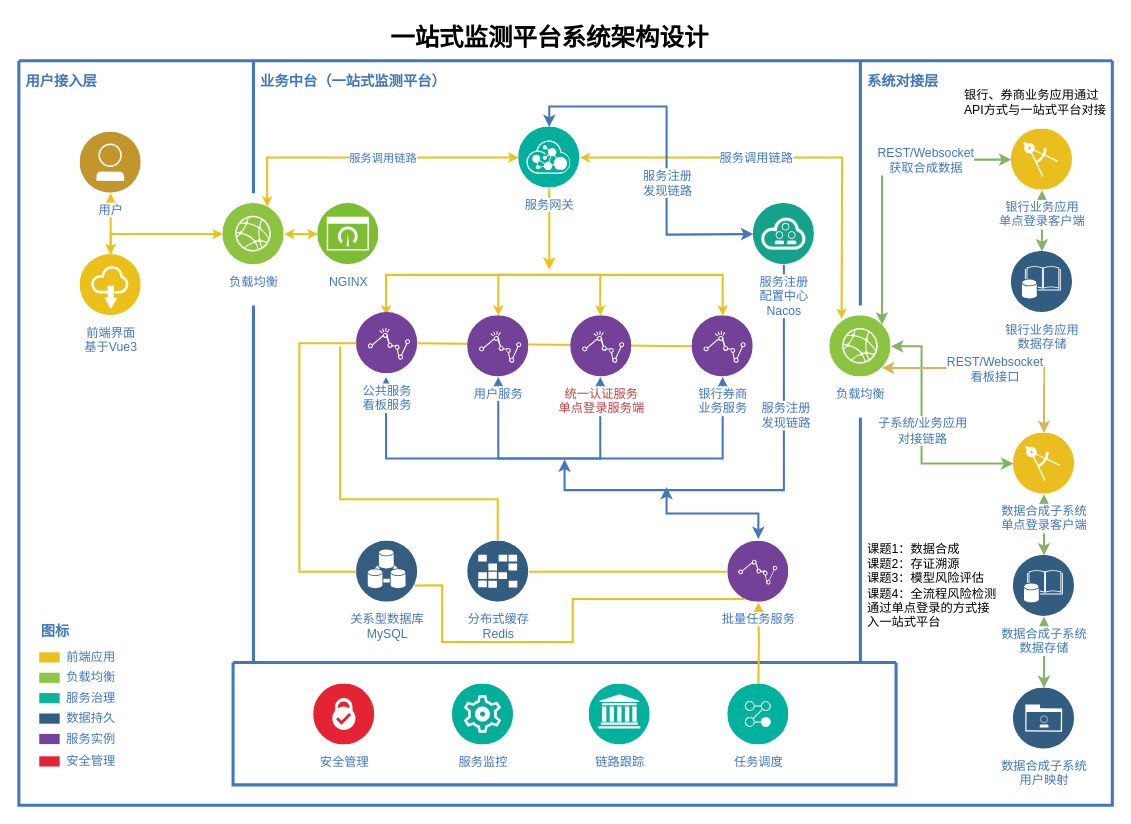
Earlier version of the draw.io diagram documents/一站式平台.drawio (F46886799/springboot-in-action). Source tidied: cells renumbered, new cells numbered last; positions are measured from the earlier drawing's top-left corner, leaving out a move shared by most shapes. Both pictures are drawn from the tidied source at 102%, with x=0, y=0 at pixel (18, 17).
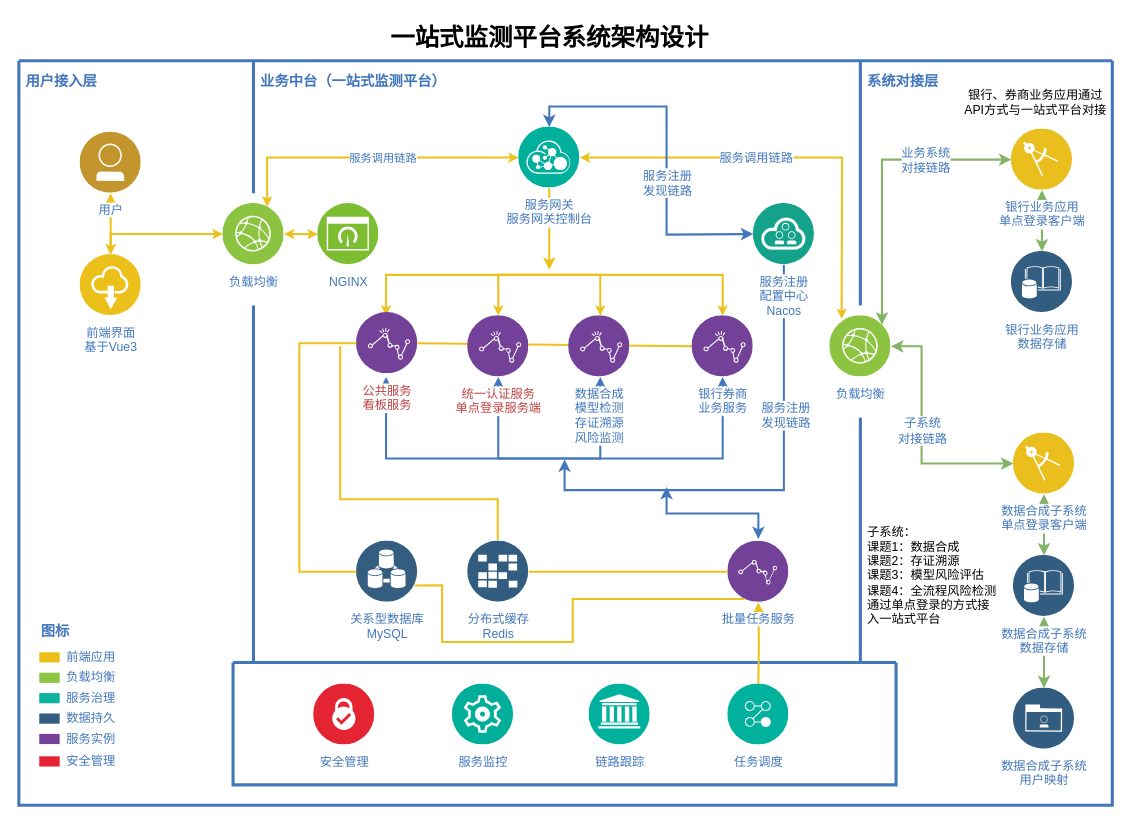
The same page after the edit.

Commit message:
更新一站式平台.drawio

The change refers to these unchanged cells:
```xml
<mxCell id="2" style="swimlane;shadow=0;strokeColor=#4277BB;fillColor=#ffffff;fontColor=none;align=right;startSize=0;noLabel=1;strokeWidth=3;" parent="1" vertex="1">
  <mxGeometry y="42" width="1072" height="730" as="geometry" />
</mxCell>
<mxCell id="23" style="edgeStyle=orthogonalEdgeStyle;rounded=0;jettySize=auto;html=1;startArrow=classic;startFill=1;exitX=0;exitY=0.5;exitDx=0;exitDy=0;fillColor=#d5e8d4;strokeColor=#82b366;strokeWidth=2;" parent="2" edge="1" source="25" target="55">
  <mxGeometry relative="1" as="geometry">
    <Array as="points">
      <mxPoint x="885" y="395" />
      <mxPoint x="885" y="280" />
    </Array>
  </mxGeometry>
</mxCell>
<mxCell id="25" value="数据合成子系统&lt;div&gt;单点登录客户端&lt;/div&gt;" style="perimeter=ellipsePerimeter;html=1;align=center;shadow=0;dashed=0;image;image=img/lib/ibm/applications/enterprise_applications.svg;strokeColor=#FF0000;fillColor=#FFFF66;gradientColor=none;fontColor=#4277BB;labelBackgroundColor=#ffffff;spacingTop=3;" parent="2" vertex="1">
  <mxGeometry x="975" y="365" width="60" height="60" as="geometry" />
</mxCell>
<mxCell id="55" value="负载均衡" style="perimeter=ellipsePerimeter;html=1;align=center;shadow=0;dashed=0;image;image=img/lib/ibm/infrastructure/edge_services.svg;strokeColor=#FF0000;fillColor=#FFFF66;gradientColor=none;fontColor=#4277BB;labelBackgroundColor=#ffffff;spacingTop=3;" parent="2" vertex="1">
  <mxGeometry x="795" y="250" width="60" height="60" as="geometry" />
</mxCell>
<mxCell id="57" style="edgeStyle=orthogonalEdgeStyle;rounded=0;jettySize=auto;html=1;entryX=1;entryY=0;entryDx=0;entryDy=0;startArrow=classic;startFill=1;fillColor=#d5e8d4;strokeColor=#82b366;strokeWidth=2;" parent="2" edge="1" source="59" target="55">
  <mxGeometry relative="1" as="geometry" />
</mxCell>
```

The edit, as a diff of the source:
```diff
@@
-    <mxCell id="18" value="服务网关" style="perimeter=ellipsePerimeter;html=1;align=center;shadow=0;dashed=0;image;image=img/lib/ibm/management/api_management.svg;strokeColor=#FF0000;fillColor=#FFFF66;gradientColor=none;fontColor=#4277BB;labelBackgroundColor=#ffffff;spacingTop=3;" parent="2" vertex="1">
+    <mxCell id="18" value="服务网关&lt;div&gt;服务网关控制台&lt;/div&gt;" style="perimeter=ellipsePerimeter;html=1;align=center;shadow=0;dashed=0;image;image=img/lib/ibm/management/api_management.svg;strokeColor=#FF0000;fillColor=#FFFF66;gradientColor=none;fontColor=#4277BB;labelBackgroundColor=#ffffff;spacingTop=3;" parent="2" vertex="1">
       <mxGeometry x="490" y="65" width="60" height="60" as="geometry" />
     </mxCell>
-    <mxCell id="19" value="用户服务" style="perimeter=ellipsePerimeter;html=1;align=center;shadow=0;dashed=0;image;image=img/lib/ibm/analytics/analytics.svg;strokeColor=#FF0000;fillColor=#FFFF66;gradientColor=none;fontColor=#4277BB;labelBackgroundColor=#ffffff;spacingTop=3;" parent="2" vertex="1">
+    <mxCell id="19" value="&lt;font color=&quot;#bd4242&quot;&gt;统一认证服务&lt;/font&gt;&lt;div&gt;&lt;font color=&quot;#bd4242&quot;&gt;单点登录服务端&lt;/font&gt;&lt;/div&gt;" style="perimeter=ellipsePerimeter;html=1;align=center;shadow=0;dashed=0;image;image=img/lib/ibm/analytics/analytics.svg;strokeColor=#FF0000;fillColor=#FFFF66;gradientColor=none;fontColor=#4277BB;labelBackgroundColor=#ffffff;spacingTop=3;" parent="2" vertex="1">
       <mxGeometry x="440" y="250" width="60" height="60" as="geometry" />
     </mxCell>
@@
-    <mxCell id="24" value="&lt;font style=&quot;font-size: 12px;&quot; color=&quot;#4277bb&quot;&gt;子系统/业务应用&lt;/font&gt;&lt;div style=&quot;font-size: 12px;&quot;&gt;&lt;font style=&quot;font-size: 12px;&quot; color=&quot;#4277bb&quot;&gt;对接链路&lt;/font&gt;&lt;/div&gt;" style="edgeLabel;html=1;align=center;verticalAlign=middle;" parent="23" vertex="1">
+    <mxCell id="24" value="&lt;font style=&quot;font-size: 12px;&quot; color=&quot;#4277bb&quot;&gt;子系统&lt;/font&gt;&lt;div style=&quot;font-size: 12px;&quot;&gt;&lt;font style=&quot;font-size: 12px;&quot; color=&quot;#4277bb&quot;&gt;对接链路&lt;/font&gt;&lt;/div&gt;" style="edgeLabel;html=1;align=center;verticalAlign=middle;" parent="23" vertex="1">
       <mxGeometry x="0.05" relative="1" as="geometry" />
     </mxCell>
@@
-    <mxCell id="54" value="&lt;font color=&quot;#bd4242&quot;&gt;统一认证服务&lt;/font&gt;&lt;div&gt;&lt;font color=&quot;#bd4242&quot;&gt;单点登录服务端&lt;/font&gt;&lt;/div&gt;" style="perimeter=ellipsePerimeter;html=1;align=center;shadow=0;dashed=0;image;image=img/lib/ibm/analytics/analytics.svg;strokeColor=#FF0000;fillColor=#FFFF66;gradientColor=none;fontColor=#4277BB;labelBackgroundColor=#ffffff;spacingTop=3;" parent="2" vertex="1">
-      <mxGeometry x="541" y="250" width="60" height="60" as="geometry" />
+    <mxCell id="54" value="数据合成&lt;div&gt;模型检测&lt;/div&gt;&lt;div&gt;存证溯源&lt;/div&gt;&lt;div&gt;风险监测&lt;/div&gt;" style="perimeter=ellipsePerimeter;html=1;align=center;shadow=0;dashed=0;image;image=img/lib/ibm/analytics/analytics.svg;strokeColor=#FF0000;fillColor=#FFFF66;gradientColor=none;fontColor=#4277BB;labelBackgroundColor=#ffffff;spacingTop=3;" parent="2" vertex="1">
+      <mxGeometry x="539" y="250" width="60" height="60" as="geometry" />
     </mxCell>
@@
-    <mxCell id="58" value="&lt;font style=&quot;font-size: 12px;&quot; color=&quot;#4277bb&quot;&gt;REST/Websocket&lt;/font&gt;&lt;div style=&quot;font-size: 12px;&quot;&gt;&lt;font style=&quot;font-size: 12px;&quot; color=&quot;#4277bb&quot;&gt;获取合成数据&lt;/font&gt;&lt;/div&gt;" style="edgeLabel;html=1;align=center;verticalAlign=middle;" parent="57" vertex="1">
+    <mxCell id="58" value="&lt;span style=&quot;color: rgb(66, 119, 187); font-size: 12px;&quot;&gt;业务系统&lt;/span&gt;&lt;div&gt;&lt;span style=&quot;color: rgb(66, 119, 187); font-size: 12px;&quot;&gt;对接链路&lt;/span&gt;&lt;/div&gt;" style="edgeLabel;html=1;align=center;verticalAlign=middle;" parent="57" vertex="1">
       <mxGeometry x="-0.41" relative="1" as="geometry" />
     </mxCell>
@@
-    <mxCell id="62" value="公共服务&lt;div&gt;看板服务&lt;/div&gt;" style="perimeter=ellipsePerimeter;html=1;align=center;shadow=0;dashed=0;image;image=img/lib/ibm/analytics/analytics.svg;strokeColor=#FF0000;fillColor=#FFFF66;gradientColor=none;fontColor=#4277BB;labelBackgroundColor=#ffffff;spacingTop=3;" parent="2" vertex="1">
+    <mxCell id="62" value="&lt;font color=&quot;#bd4242&quot;&gt;公共服务&lt;/font&gt;&lt;div&gt;&lt;font color=&quot;#bd4242&quot;&gt;看板服务&lt;/font&gt;&lt;/div&gt;" style="perimeter=ellipsePerimeter;html=1;align=center;shadow=0;dashed=0;image;image=img/lib/ibm/analytics/analytics.svg;strokeColor=#FF0000;fillColor=#FFFF66;gradientColor=none;fontColor=#4277BB;labelBackgroundColor=#ffffff;spacingTop=3;" parent="2" vertex="1">
       <mxGeometry x="331" y="247" width="60" height="60" as="geometry" />
     </mxCell>
@@
-    <mxCell id="70" value="银行、券商业务应用通过API方式与一站式平台对接" style="text;html=1;align=left;verticalAlign=middle;whiteSpace=wrap;rounded=0;" parent="2" vertex="1">
+    <mxCell id="70" value="银行、券商业务应用通过API方式与一站式平台对接" style="text;html=1;align=center;verticalAlign=middle;whiteSpace=wrap;rounded=0;" parent="2" vertex="1">
       <mxGeometry x="925" y="20" width="144" height="42" as="geometry" />
     </mxCell>
-    <mxCell id="71" value="课题1：数据合成&lt;div&gt;课题2：存证溯源&lt;/div&gt;&lt;div&gt;课题3：模型风险评估&lt;/div&gt;&lt;div&gt;课题4：全流程风险检测&lt;/div&gt;&lt;div&gt;通过单点登录的方式接入一站式平台&lt;/div&gt;" style="text;html=1;align=left;verticalAlign=middle;whiteSpace=wrap;rounded=0;" parent="2" vertex="1">
-      <mxGeometry x="830" y="466" width="133" height="98" as="geometry" />
+    <mxCell id="71" value="&lt;div&gt;子系统：&lt;/div&gt;课题1：数据合成&lt;div&gt;课题2：存证溯源&lt;/div&gt;&lt;div&gt;课题3：模型风险评估&lt;/div&gt;&lt;div&gt;课题4：全流程风险检测&lt;/div&gt;&lt;div&gt;通过单点登录的方式接入一站式平台&lt;/div&gt;" style="text;html=1;align=left;verticalAlign=middle;whiteSpace=wrap;rounded=0;" parent="2" vertex="1">
+      <mxGeometry x="830" y="446" width="133" height="118" as="geometry" />
     </mxCell>
-    <mxCell id="72" style="endArrow=classic;html=1;rounded=0;edgeStyle=orthogonalEdgeStyle;exitX=0.5;exitY=0;exitDx=0;exitDy=0;entryX=1;entryY=1;entryDx=0;entryDy=0;startArrow=classic;startFill=1;endFill=1;fillColor=#fff2cc;strokeColor=#d6b656;strokeWidth=2;" parent="2" edge="1" source="25" target="55">
-      <mxGeometry relative="1" as="geometry">
-        <Array as="points">
-          <mxPoint x="1005" y="301" />
-        </Array>
-      </mxGeometry>
-    </mxCell>
-    <mxCell id="73" value="&lt;font style=&quot;font-size: 12px;&quot; color=&quot;#4277bb&quot;&gt;REST/Websocket&lt;/font&gt;&lt;div style=&quot;font-size: 12px;&quot;&gt;&lt;font style=&quot;font-size: 12px;&quot; color=&quot;#4277bb&quot;&gt;看板接口&lt;/font&gt;&lt;/div&gt;" style="edgeLabel;html=1;align=center;verticalAlign=middle;" parent="72" vertex="1">
-      <mxGeometry x="0.01" y="1" relative="1" as="geometry" />
-    </mxCell>
```
